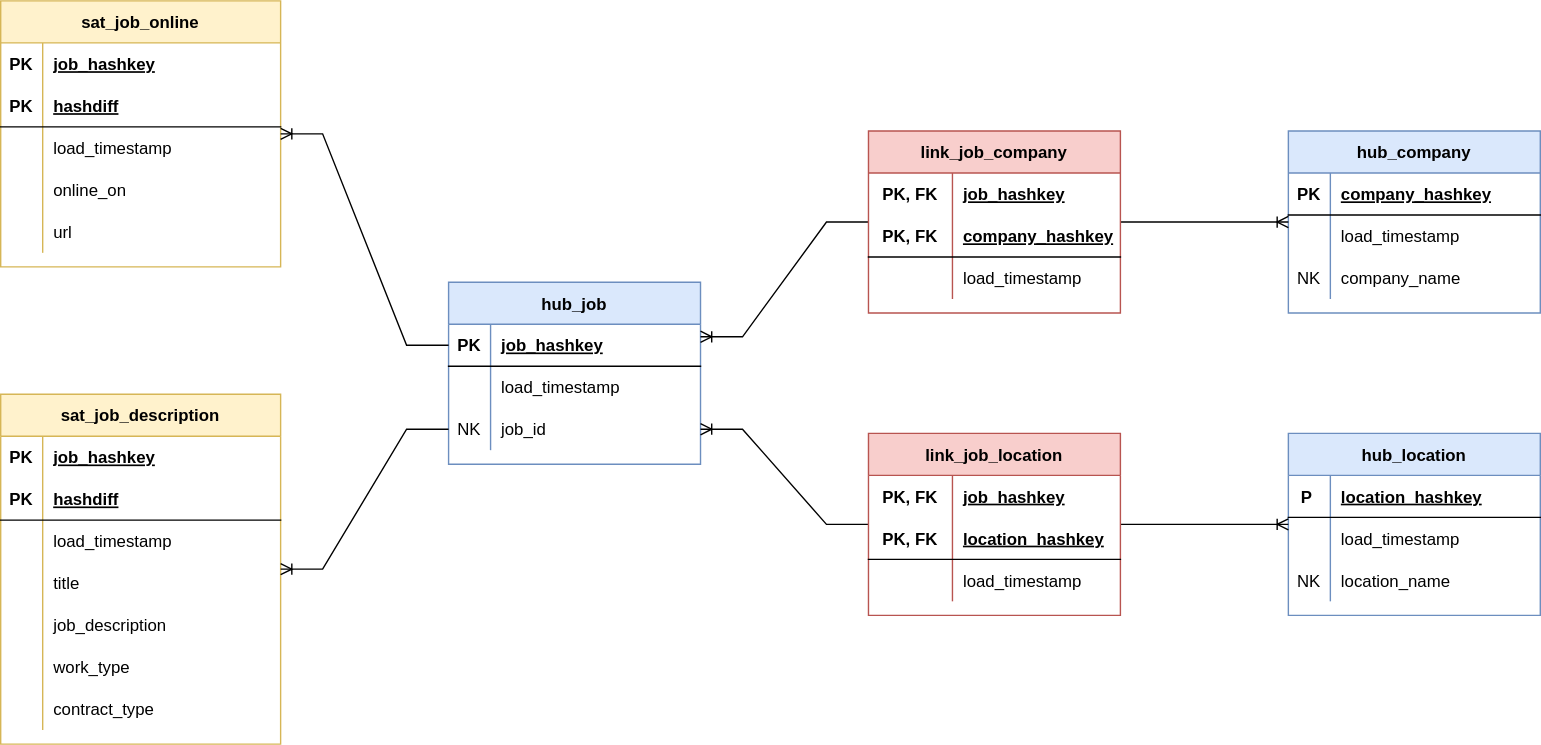
Before: doc/data-vault-model.drawio.svg, a diagram exported from draw.io (petracarrion/job-market-analytics). Source tidied: cells renumbered, new cells last; positions are measured from the earlier drawing's top-left corner, leaving out a move shared by most shapes.
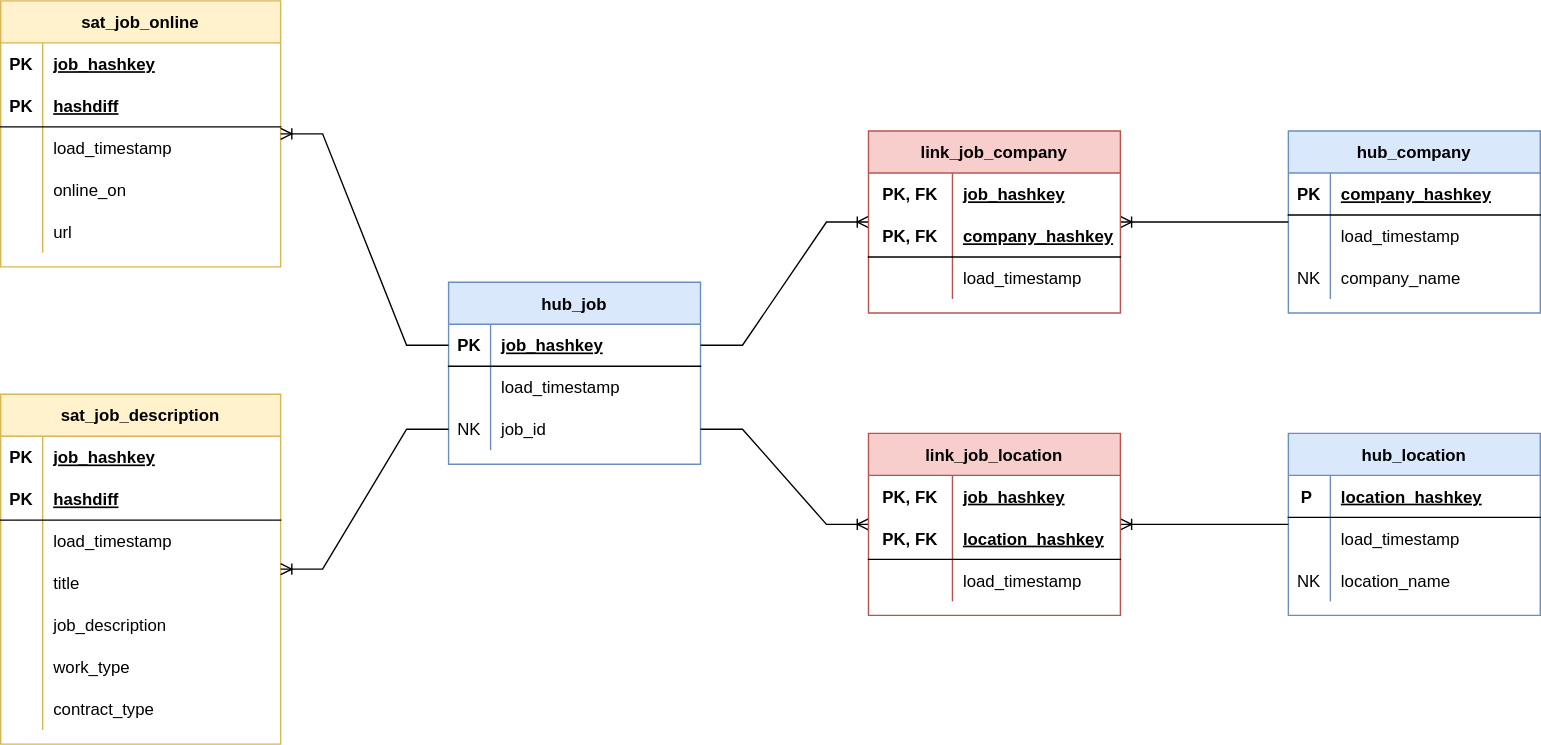
Above is the later version.

Change to the diagram source:
```diff
@@ -143,16 +143,16 @@
     <mxCell id="48" value="location_name" style="shape=partialRectangle;fillColor=none;top=0;left=0;bottom=0;right=0;align=left;spacingLeft=6;overflow=hidden;" parent="46" vertex="1">
       <mxGeometry x="30" width="150" height="30" as="geometry" />
     </mxCell>
-    <mxCell id="49" style="edgeStyle=entityRelationEdgeStyle;fontSize=12;html=1;endArrow=ERoneToMany;rounded=0;entryX=1;entryY=0.3;entryDx=0;entryDy=0;entryPerimeter=0;" parent="1" edge="1" source="63" target="19">
+    <mxCell id="49" style="edgeStyle=entityRelationEdgeStyle;fontSize=12;html=1;endArrow=ERoneToMany;rounded=0;exitX=1;exitY=0.5;exitDx=0;exitDy=0;" parent="1" edge="1" source="19" target="63">
       <mxGeometry relative="1" as="geometry" />
     </mxCell>
-    <mxCell id="50" style="edgeStyle=entityRelationEdgeStyle;fontSize=12;html=1;endArrow=ERoneToMany;rounded=0;entryX=1;entryY=0.5;entryDx=0;entryDy=0;" parent="1" edge="1" source="53" target="25">
+    <mxCell id="50" style="edgeStyle=entityRelationEdgeStyle;fontSize=12;html=1;endArrow=ERoneToMany;rounded=0;exitX=1;exitY=0.5;exitDx=0;exitDy=0;" parent="1" edge="1" source="25" target="53">
       <mxGeometry relative="1" as="geometry" />
     </mxCell>
-    <mxCell id="51" style="edgeStyle=entityRelationEdgeStyle;fontSize=12;html=1;endArrow=ERoneToMany;rounded=0;" parent="1" edge="1" source="63" target="29">
+    <mxCell id="51" style="edgeStyle=entityRelationEdgeStyle;fontSize=12;html=1;endArrow=ERoneToMany;rounded=0;" parent="1" edge="1" source="29" target="63">
       <mxGeometry relative="1" as="geometry" />
     </mxCell>
-    <mxCell id="52" style="edgeStyle=entityRelationEdgeStyle;fontSize=12;html=1;endArrow=ERoneToMany;rounded=0;" parent="1" edge="1" source="53" target="39">
+    <mxCell id="52" style="edgeStyle=entityRelationEdgeStyle;fontSize=12;html=1;endArrow=ERoneToMany;rounded=0;" parent="1" edge="1" source="39" target="53">
       <mxGeometry relative="1" as="geometry" />
     </mxCell>
     <mxCell id="53" value="link_job_location" style="shape=table;startSize=30;rowLines=0;fontStyle=1;align=center;fillColor=#f8cecc;strokeColor=#b85450;" parent="1" vertex="1">
```
